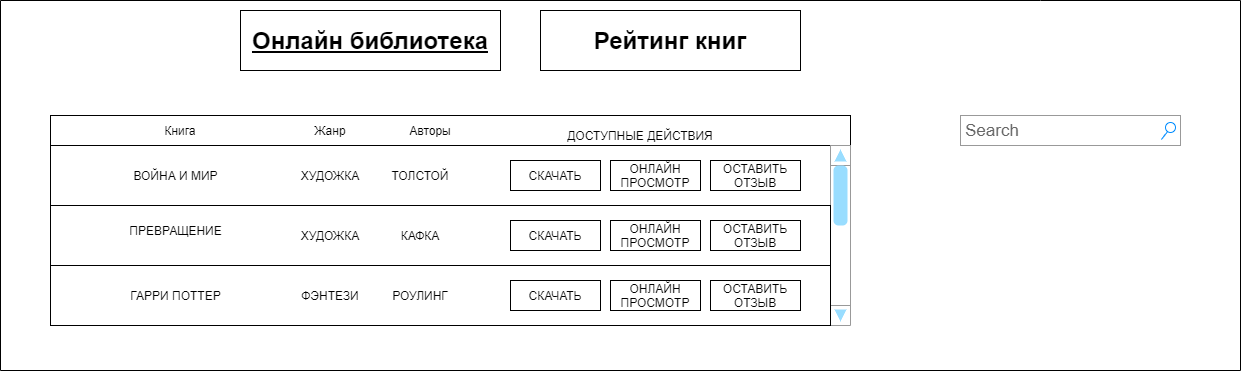
slavableat/TRITPO_LAB2 keeps this draw.io diagram as source/Главная_страница.png. Above is the earlier version. Source tidied: cells renumbered, new cells last; positions are measured from the earlier drawing's top-left corner, leaving out a move shared by most shapes. Its diagram source:
```xml
<mxGraphModel>
  <root>
    <mxCell id="0" />
    <mxCell id="1" parent="0" />
    <mxCell id="2" style="rounded=0;whiteSpace=wrap;html=1;" parent="1" vertex="1">
      <mxGeometry x="50" y="115" width="800" height="205" as="geometry" />
    </mxCell>
    <mxCell id="3" value="Search" style="strokeWidth=1;shadow=0;dashed=0;align=center;html=1;shape=mxgraph.mockup.forms.searchBox;strokeColor=#999999;mainText=;strokeColor2=#008cff;fontColor=#666666;fontSize=17;align=left;spacingLeft=3;rounded=0;labelBackgroundColor=none;comic=1;" parent="1" vertex="1">
      <mxGeometry x="960" y="115" width="220" height="30" as="geometry" />
    </mxCell>
    <mxCell id="4" style="endArrow=none;html=1;rounded=0;" parent="1" edge="1">
      <mxGeometry relative="1" as="geometry">
        <mxPoint as="sourcePoint" />
        <mxPoint x="1040" as="targetPoint" />
      </mxGeometry>
    </mxCell>
    <mxCell id="5" style="rounded=0;whiteSpace=wrap;html=1;" parent="1" vertex="1">
      <mxGeometry x="50" y="145" width="780" height="60" as="geometry" />
    </mxCell>
    <mxCell id="6" value="ВОЙНА И МИР" style="text;html=1;align=center;verticalAlign=middle;strokeColor=none;fillColor=none;" parent="1" vertex="1">
      <mxGeometry x="125" y="165" width="100" height="20" as="geometry" />
    </mxCell>
    <mxCell id="7" style="verticalLabelPosition=bottom;shadow=0;dashed=0;align=center;html=1;verticalAlign=top;strokeWidth=1;shape=mxgraph.mockup.navigation.scrollBar;strokeColor=#999999;barPos=100;fillColor2=#99ddff;strokeColor2=none;direction=north;" parent="1" vertex="1">
      <mxGeometry x="830" y="145" width="20" height="180" as="geometry" />
    </mxCell>
    <mxCell id="8" value="ХУДОЖКА" style="text;html=1;strokeColor=none;fillColor=none;align=center;verticalAlign=middle;whiteSpace=wrap;rounded=0;" parent="1" vertex="1">
      <mxGeometry x="300" y="160" width="60" height="30" as="geometry" />
    </mxCell>
    <mxCell id="9" value="ТОЛСТОЙ" style="text;html=1;strokeColor=none;fillColor=none;align=center;verticalAlign=middle;whiteSpace=wrap;rounded=0;" parent="1" vertex="1">
      <mxGeometry x="390" y="160" width="60" height="30" as="geometry" />
    </mxCell>
    <mxCell id="10" style="rounded=0;whiteSpace=wrap;html=1;" parent="1" vertex="1">
      <mxGeometry x="50" y="205" width="780" height="60" as="geometry" />
    </mxCell>
    <mxCell id="11" value="ХУДОЖКА" style="text;html=1;strokeColor=none;fillColor=none;align=center;verticalAlign=middle;whiteSpace=wrap;rounded=0;" parent="1" vertex="1">
      <mxGeometry x="300" y="220" width="60" height="30" as="geometry" />
    </mxCell>
    <mxCell id="12" style="rounded=0;whiteSpace=wrap;html=1;" parent="1" vertex="1">
      <mxGeometry x="50" y="265" width="780" height="60" as="geometry" />
    </mxCell>
    <mxCell id="13" value="&lt;span style=&quot;color: rgba(0 , 0 , 0 , 0) ; font-family: monospace ; font-size: 0px&quot;&gt;%3CmxGraphModel%3E%3Croot%3E%3CmxCell%20id%3D%220%22%2F%3E%3CmxCell%20id%3D%221%22%20parent%3D%220%22%2F%3E%3CmxCell%20id%3D%222%22%20value%3D%22%D0%9A%D0%9D%D0%98%D0%93%D0%90%22%20style%3D%22text%3Bhtml%3D1%3Balign%3Dcenter%3BverticalAlign%3Dmiddle%3Bresizable%3D0%3Bpoints%3D%5B%5D%3Bautosize%3D1%3BstrokeColor%3Dnone%3BfillColor%3Dnone%3B%22%20vertex%3D%221%22%20parent%3D%221%22%3E%3CmxGeometry%20x%3D%22140%22%20y%3D%22-630%22%20width%3D%2250%22%20height%3D%2220%22%20as%3D%22geometry%22%2F%3E%3C%2FmxCell%3E%3C%2Froot%3E%3C%2FmxGraphModel%3E&lt;/span&gt;" style="text;html=1;align=center;verticalAlign=middle;strokeColor=none;fillColor=none;" parent="1" vertex="1">
      <mxGeometry x="165" y="285" width="20" height="20" as="geometry" />
    </mxCell>
    <mxCell id="14" value="ФЭНТЕЗИ" style="text;html=1;strokeColor=none;fillColor=none;align=center;verticalAlign=middle;whiteSpace=wrap;rounded=0;" parent="1" vertex="1">
      <mxGeometry x="300" y="280" width="60" height="30" as="geometry" />
    </mxCell>
    <mxCell id="15" value="РОУЛИНГ" style="text;html=1;strokeColor=none;fillColor=none;align=center;verticalAlign=middle;whiteSpace=wrap;rounded=0;" parent="1" vertex="1">
      <mxGeometry x="390" y="280" width="60" height="30" as="geometry" />
    </mxCell>
    <mxCell id="16" value="КАФКА" style="text;html=1;strokeColor=none;fillColor=none;align=center;verticalAlign=middle;whiteSpace=wrap;rounded=0;" parent="1" vertex="1">
      <mxGeometry x="390" y="220" width="60" height="30" as="geometry" />
    </mxCell>
    <mxCell id="17" style="endArrow=none;html=1;" parent="1" edge="1">
      <mxGeometry relative="1" as="geometry">
        <mxPoint x="1240" as="sourcePoint" />
        <mxPoint x="1040" as="targetPoint" />
      </mxGeometry>
    </mxCell>
    <mxCell id="18" value="Книга" style="text;html=1;strokeColor=none;fillColor=none;align=center;verticalAlign=middle;whiteSpace=wrap;rounded=0;" parent="1" vertex="1">
      <mxGeometry x="160" y="120" width="40" height="20" as="geometry" />
    </mxCell>
    <mxCell id="19" value="Жанр" style="text;html=1;strokeColor=none;fillColor=none;align=center;verticalAlign=middle;whiteSpace=wrap;rounded=0;" parent="1" vertex="1">
      <mxGeometry x="310" y="120" width="40" height="20" as="geometry" />
    </mxCell>
    <mxCell id="20" value="Авторы" style="text;html=1;strokeColor=none;fillColor=none;align=center;verticalAlign=middle;whiteSpace=wrap;rounded=0;" parent="1" vertex="1">
      <mxGeometry x="410" y="120" width="40" height="20" as="geometry" />
    </mxCell>
    <mxCell id="21" value="ПРЕВРАЩЕНИЕ" style="text;html=1;align=center;verticalAlign=middle;strokeColor=none;fillColor=none;" parent="1" vertex="1">
      <mxGeometry x="120" y="220" width="110" height="20" as="geometry" />
    </mxCell>
    <mxCell id="22" value="ГАРРИ ПОТТЕР" style="text;html=1;align=center;verticalAlign=middle;strokeColor=none;fillColor=none;" parent="1" vertex="1">
      <mxGeometry x="120" y="285" width="110" height="20" as="geometry" />
    </mxCell>
    <mxCell id="23" value="СКАЧАТЬ" style="rounded=0;whiteSpace=wrap;html=1;" parent="1" vertex="1">
      <mxGeometry x="510" y="160" width="90" height="30" as="geometry" />
    </mxCell>
    <mxCell id="24" value="ОНЛАЙН ПРОСМОТР" style="rounded=0;whiteSpace=wrap;html=1;" parent="1" vertex="1">
      <mxGeometry x="610" y="160" width="90" height="30" as="geometry" />
    </mxCell>
    <mxCell id="25" value="ОСТАВИТЬ ОТЗЫВ" style="rounded=0;whiteSpace=wrap;html=1;" parent="1" vertex="1">
      <mxGeometry x="710" y="160" width="90" height="30" as="geometry" />
    </mxCell>
    <mxCell id="26" value="СКАЧАТЬ" style="rounded=0;whiteSpace=wrap;html=1;" parent="1" vertex="1">
      <mxGeometry x="510" y="220" width="90" height="30" as="geometry" />
    </mxCell>
    <mxCell id="27" value="ОНЛАЙН ПРОСМОТР" style="rounded=0;whiteSpace=wrap;html=1;" parent="1" vertex="1">
      <mxGeometry x="610" y="220" width="90" height="30" as="geometry" />
    </mxCell>
    <mxCell id="28" value="ОСТАВИТЬ ОТЗЫВ" style="rounded=0;whiteSpace=wrap;html=1;" parent="1" vertex="1">
      <mxGeometry x="710" y="220" width="90" height="30" as="geometry" />
    </mxCell>
    <mxCell id="29" value="СКАЧАТЬ" style="rounded=0;whiteSpace=wrap;html=1;" parent="1" vertex="1">
      <mxGeometry x="510" y="280" width="90" height="30" as="geometry" />
    </mxCell>
    <mxCell id="30" value="ОНЛАЙН ПРОСМОТР" style="rounded=0;whiteSpace=wrap;html=1;" parent="1" vertex="1">
      <mxGeometry x="610" y="280" width="90" height="30" as="geometry" />
    </mxCell>
    <mxCell id="31" value="ОСТАВИТЬ ОТЗЫВ" style="rounded=0;whiteSpace=wrap;html=1;" parent="1" vertex="1">
      <mxGeometry x="710" y="280" width="90" height="30" as="geometry" />
    </mxCell>
    <mxCell id="32" value="ДОСТУПНЫЕ ДЕЙСТВИЯ" style="text;html=1;strokeColor=none;fillColor=none;align=center;verticalAlign=middle;whiteSpace=wrap;rounded=0;" parent="1" vertex="1">
      <mxGeometry x="540" y="125" width="200" height="20" as="geometry" />
    </mxCell>
    <mxCell id="33" value="&lt;span style=&quot;font-size: 24px ; font-weight: 700&quot;&gt;Онлайн библиотека&lt;/span&gt;" style="rounded=0;whiteSpace=wrap;html=1;fontStyle=4;" parent="1" vertex="1">
      <mxGeometry x="240" y="10" width="260" height="60" as="geometry" />
    </mxCell>
    <mxCell id="34" value="&lt;span style=&quot;font-size: 24px ; font-weight: 700&quot;&gt;Рейтинг книг&lt;/span&gt;" style="rounded=0;whiteSpace=wrap;html=1;" parent="1" vertex="1">
      <mxGeometry x="540" y="10" width="260" height="60" as="geometry" />
    </mxCell>
    <mxCell id="35" style="endArrow=none;html=1;" parent="1" edge="1">
      <mxGeometry relative="1" as="geometry">
        <mxPoint y="370" as="sourcePoint" />
        <mxPoint as="targetPoint" />
      </mxGeometry>
    </mxCell>
    <mxCell id="36" style="endArrow=none;html=1;" parent="1" edge="1">
      <mxGeometry relative="1" as="geometry">
        <mxPoint x="1240" y="370" as="sourcePoint" />
        <mxPoint x="1240" as="targetPoint" />
      </mxGeometry>
    </mxCell>
    <mxCell id="37" style="endArrow=none;html=1;" parent="1" edge="1">
      <mxGeometry relative="1" as="geometry">
        <mxPoint y="370" as="sourcePoint" />
        <mxPoint x="1240" y="370" as="targetPoint" />
      </mxGeometry>
    </mxCell>
  </root>
</mxGraphModel>
```
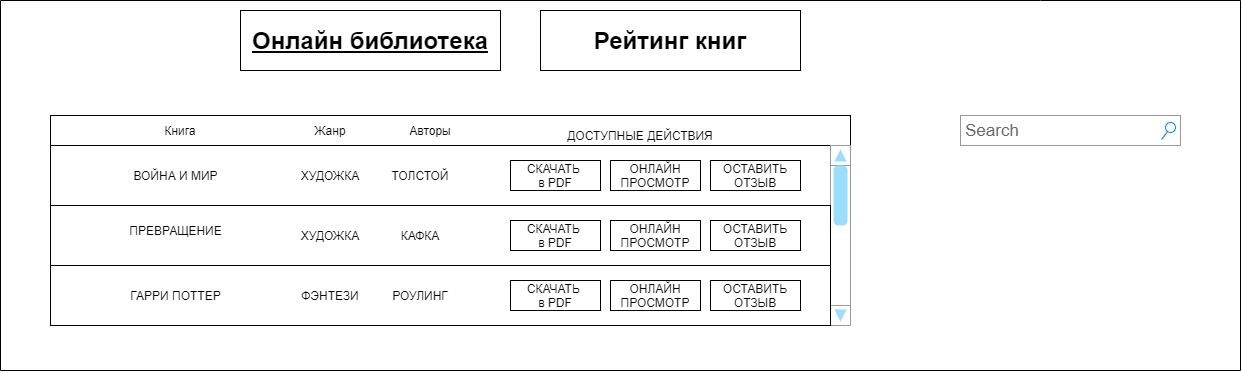
Later version of the same file.

The edit, as a diff of the source:
```diff
@@ -71,7 +71,7 @@
     <mxCell id="22" value="ГАРРИ ПОТТЕР" style="text;html=1;align=center;verticalAlign=middle;strokeColor=none;fillColor=none;" parent="1" vertex="1">
       <mxGeometry x="120" y="285" width="110" height="20" as="geometry" />
     </mxCell>
-    <mxCell id="23" value="СКАЧАТЬ" style="rounded=0;whiteSpace=wrap;html=1;" parent="1" vertex="1">
+    <mxCell id="23" value="СКАЧАТЬ&amp;nbsp;&lt;br&gt;в PDF" style="rounded=0;whiteSpace=wrap;html=1;" parent="1" vertex="1">
       <mxGeometry x="510" y="160" width="90" height="30" as="geometry" />
     </mxCell>
     <mxCell id="24" value="ОНЛАЙН ПРОСМОТР" style="rounded=0;whiteSpace=wrap;html=1;" parent="1" vertex="1">
@@ -80,7 +80,7 @@
     <mxCell id="25" value="ОСТАВИТЬ ОТЗЫВ" style="rounded=0;whiteSpace=wrap;html=1;" parent="1" vertex="1">
       <mxGeometry x="710" y="160" width="90" height="30" as="geometry" />
     </mxCell>
-    <mxCell id="26" value="СКАЧАТЬ" style="rounded=0;whiteSpace=wrap;html=1;" parent="1" vertex="1">
+    <mxCell id="26" value="СКАЧАТЬ&amp;nbsp;&lt;br&gt;в PDF" style="rounded=0;whiteSpace=wrap;html=1;" parent="1" vertex="1">
       <mxGeometry x="510" y="220" width="90" height="30" as="geometry" />
     </mxCell>
     <mxCell id="27" value="ОНЛАЙН ПРОСМОТР" style="rounded=0;whiteSpace=wrap;html=1;" parent="1" vertex="1">
@@ -89,7 +89,7 @@
     <mxCell id="28" value="ОСТАВИТЬ ОТЗЫВ" style="rounded=0;whiteSpace=wrap;html=1;" parent="1" vertex="1">
       <mxGeometry x="710" y="220" width="90" height="30" as="geometry" />
     </mxCell>
-    <mxCell id="29" value="СКАЧАТЬ" style="rounded=0;whiteSpace=wrap;html=1;" parent="1" vertex="1">
+    <mxCell id="29" value="СКАЧАТЬ&amp;nbsp;&lt;br&gt;в PDF" style="rounded=0;whiteSpace=wrap;html=1;" parent="1" vertex="1">
       <mxGeometry x="510" y="280" width="90" height="30" as="geometry" />
     </mxCell>
     <mxCell id="30" value="ОНЛАЙН ПРОСМОТР" style="rounded=0;whiteSpace=wrap;html=1;" parent="1" vertex="1">
```
